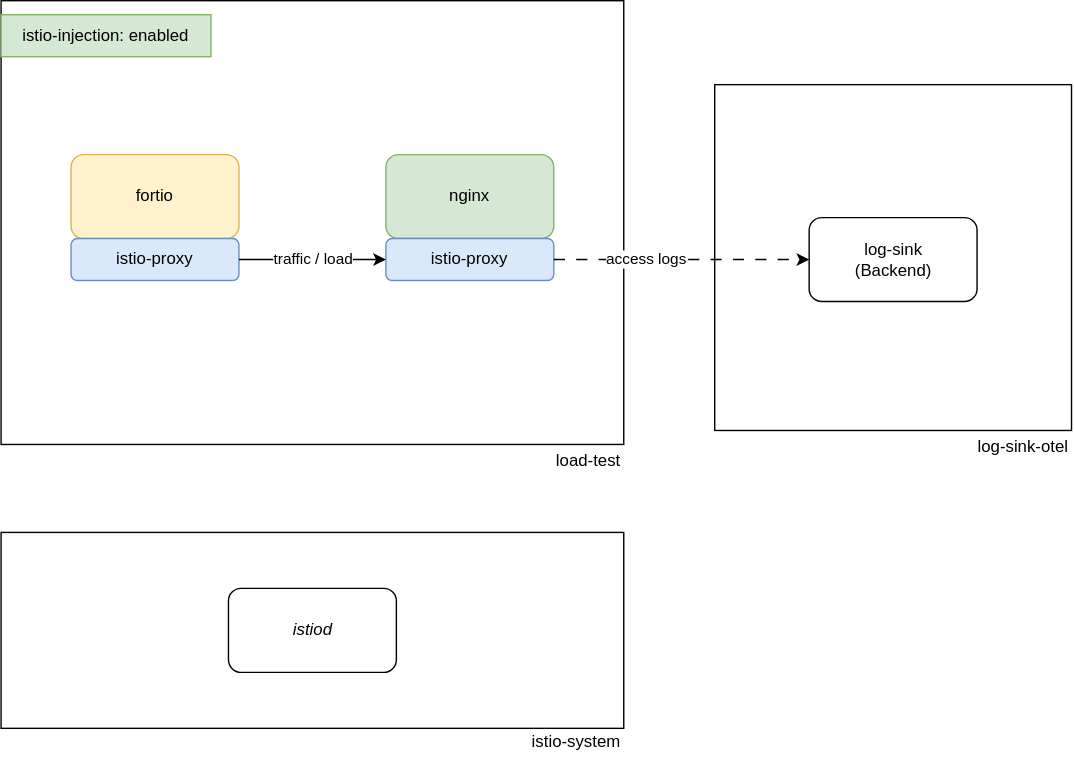
TeodorSAP/playground keeps this draw.io diagram as telemetry-manager/istio-access-logs/load-test-architecture.drawio.svg. Above is the earlier version. Source tidied: cells renumbered, new cells last; positions are measured from the earlier drawing's top-left corner, leaving out a move shared by most shapes.
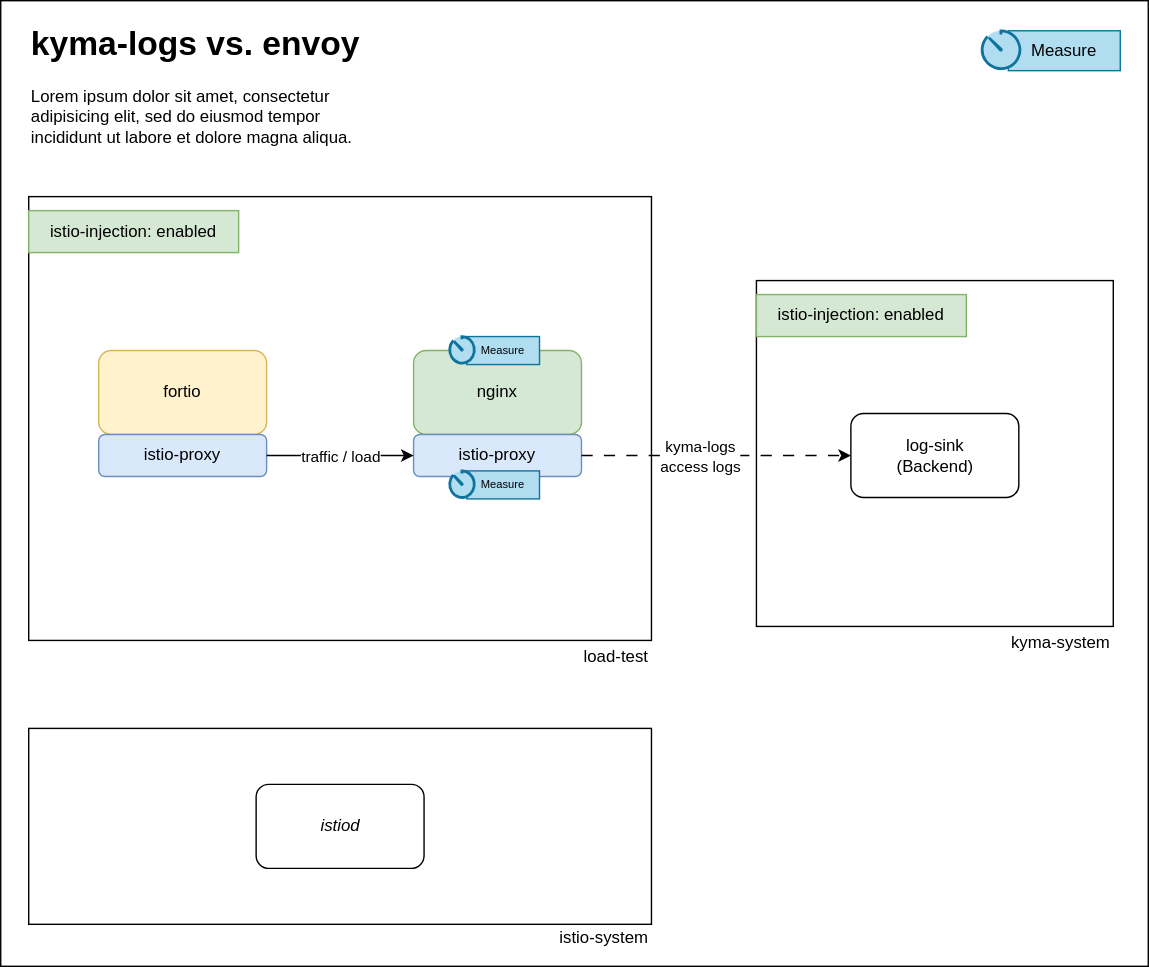
Later version of the same file.

Commit message:
Istio Access Logs: Testing the 2 providers WIP

The edit, as a diff of the source:
```diff
@@ -2,18 +2,24 @@
   <root>
     <mxCell id="0" />
     <mxCell id="1" parent="0" />
+    <mxCell id="21" style="rounded=0;whiteSpace=wrap;html=1;" parent="1" vertex="1">
+      <mxGeometry x="-20" y="-140" width="820" height="690" as="geometry" />
+    </mxCell>
     <mxCell id="2" style="group;" parent="1" vertex="1">
-      <mxGeometry x="490" y="170" width="255" height="370" as="geometry" />
+      <mxGeometry x="500" y="170" width="255" height="370" as="geometry" />
     </mxCell>
     <mxCell id="3" style="rounded=0;whiteSpace=wrap;html=1;fillColor=none;" parent="2" vertex="1">
       <mxGeometry x="20" y="-110" width="255" height="247.1" as="geometry" />
     </mxCell>
-    <mxCell id="4" value="log-sink-otel" style="text;html=1;align=right;verticalAlign=middle;whiteSpace=wrap;rounded=0;" parent="2" vertex="1">
+    <mxCell id="4" value="kyma-system" style="text;html=1;align=right;verticalAlign=middle;whiteSpace=wrap;rounded=0;" parent="2" vertex="1">
       <mxGeometry x="105" y="137.1" width="170" height="22.9" as="geometry" />
     </mxCell>
     <mxCell id="5" value="log-sink&lt;div&gt;(Backend)&lt;/div&gt;" style="rounded=1;whiteSpace=wrap;html=1;" parent="2" vertex="1">
       <mxGeometry x="87.5" y="-15" width="120" height="60" as="geometry" />
     </mxCell>
+    <mxCell id="22" value="istio-injection: enabled" style="text;html=1;align=center;verticalAlign=middle;whiteSpace=wrap;rounded=0;fillColor=#d5e8d4;strokeColor=#82b366;" parent="2" vertex="1">
+      <mxGeometry x="20" y="-100" width="150" height="30" as="geometry" />
+    </mxCell>
     <mxCell id="6" style="group;" parent="1" vertex="1">
       <mxGeometry x="190" width="255" height="370" as="geometry" />
     </mxCell>
@@ -43,6 +49,24 @@
         <mxPoint x="2" y="-2" as="offset" />
       </mxGeometry>
     </mxCell>
+    <mxCell id="23" style="group;fontSize=6;" parent="6" vertex="1">
+      <mxGeometry x="110" y="100" width="65" height="20" as="geometry" />
+    </mxCell>
+    <mxCell id="24" value="Measure" style="text;html=1;align=center;verticalAlign=middle;whiteSpace=wrap;rounded=0;fillColor=#b1ddf0;strokeColor=#10739e;fontSize=8;" parent="23" vertex="1">
+      <mxGeometry x="13" width="52" height="20" as="geometry" />
+    </mxCell>
+    <mxCell id="25" style="html=1;verticalLabelPosition=bottom;align=center;labelBackgroundColor=#ffffff;verticalAlign=top;strokeWidth=2;shadow=0;dashed=0;shape=mxgraph.ios7.icons.gauge;fillColor=#b1ddf0;strokeColor=#10739e;" parent="23" vertex="1">
+      <mxGeometry width="19.1" height="20" as="geometry" />
+    </mxCell>
+    <mxCell id="26" style="group;fontSize=6;" parent="6" vertex="1">
+      <mxGeometry x="110" y="196" width="65" height="20" as="geometry" />
+    </mxCell>
+    <mxCell id="27" value="Measure" style="text;html=1;align=center;verticalAlign=middle;whiteSpace=wrap;rounded=0;fillColor=#b1ddf0;strokeColor=#10739e;fontSize=8;" parent="26" vertex="1">
+      <mxGeometry x="13" width="52" height="20" as="geometry" />
+    </mxCell>
+    <mxCell id="28" style="html=1;verticalLabelPosition=bottom;align=center;labelBackgroundColor=#ffffff;verticalAlign=top;strokeWidth=2;shadow=0;dashed=0;shape=mxgraph.ios7.icons.gauge;fillColor=#b1ddf0;strokeColor=#10739e;" parent="26" vertex="1">
+      <mxGeometry width="19.1" height="20" as="geometry" />
+    </mxCell>
     <mxCell id="15" style="rounded=0;whiteSpace=wrap;html=1;fillColor=none;" parent="1" vertex="1">
       <mxGeometry y="380" width="445" height="140" as="geometry" />
     </mxCell>
@@ -55,17 +79,29 @@
     <mxCell id="18" value="istio-injection: enabled" style="text;html=1;align=center;verticalAlign=middle;whiteSpace=wrap;rounded=0;fillColor=#d5e8d4;strokeColor=#82b366;" parent="1" vertex="1">
       <mxGeometry y="10" width="150" height="30" as="geometry" />
     </mxCell>
-    <mxCell id="19" style="edgeStyle=orthogonalEdgeStyle;html=1;exitX=1;exitY=0.5;exitDx=0;exitDy=0;entryX=0;entryY=0.5;entryDx=0;entryDy=0;dashed=1;dashPattern=8 8;" parent="1" edge="1" source="10" target="5">
+    <mxCell id="19" style="edgeStyle=orthogonalEdgeStyle;html=1;exitX=1;exitY=0.5;exitDx=0;exitDy=0;entryX=0;entryY=0.5;entryDx=0;entryDy=0;dashed=1;dashPattern=8 8;fillColor=#e51400;strokeColor=#000000;fontColor=#000000;" parent="1" edge="1" source="10" target="5">
       <mxGeometry relative="1" as="geometry">
         <Array as="points">
           <mxPoint x="578" y="185" />
         </Array>
       </mxGeometry>
     </mxCell>
-    <mxCell id="20" value="access logs" style="edgeLabel;html=1;align=center;verticalAlign=middle;" parent="19" vertex="1">
+    <mxCell id="20" value="kyma-logs&lt;br&gt;access logs" style="edgeLabel;html=1;align=center;verticalAlign=middle;fontColor=#000000;" parent="19" vertex="1">
       <mxGeometry x="-0.65" y="-1" relative="1" as="geometry">
-        <mxPoint x="33" y="-1" as="offset" />
+        <mxPoint x="51" y="-1" as="offset" />
       </mxGeometry>
     </mxCell>
+    <mxCell id="29" value="&lt;h1 style=&quot;margin-top: 0px;&quot;&gt;kyma-logs vs. envoy&lt;/h1&gt;&lt;p&gt;Lorem ipsum dolor sit amet, consectetur adipisicing elit, sed do eiusmod tempor incididunt ut labore et dolore magna aliqua.&lt;/p&gt;" style="text;html=1;whiteSpace=wrap;overflow=hidden;rounded=0;" parent="1" vertex="1">
+      <mxGeometry y="-130" width="260" height="120" as="geometry" />
+    </mxCell>
+    <mxCell id="30" style="group;" parent="1" vertex="1">
+      <mxGeometry x="680" y="-118.5" width="100" height="28.5" as="geometry" />
+    </mxCell>
+    <mxCell id="31" value="Measure" style="text;html=1;align=center;verticalAlign=middle;whiteSpace=wrap;rounded=0;fillColor=#b1ddf0;strokeColor=#10739e;" parent="30" vertex="1">
+      <mxGeometry x="20" width="80" height="28.5" as="geometry" />
+    </mxCell>
+    <mxCell id="32" style="html=1;verticalLabelPosition=bottom;align=center;labelBackgroundColor=#ffffff;verticalAlign=top;strokeWidth=2;shadow=0;dashed=0;shape=mxgraph.ios7.icons.gauge;fillColor=#b1ddf0;strokeColor=#10739e;" parent="30" vertex="1">
+      <mxGeometry width="29.3" height="28.5" as="geometry" />
+    </mxCell>
   </root>
 </mxGraphModel>
```
